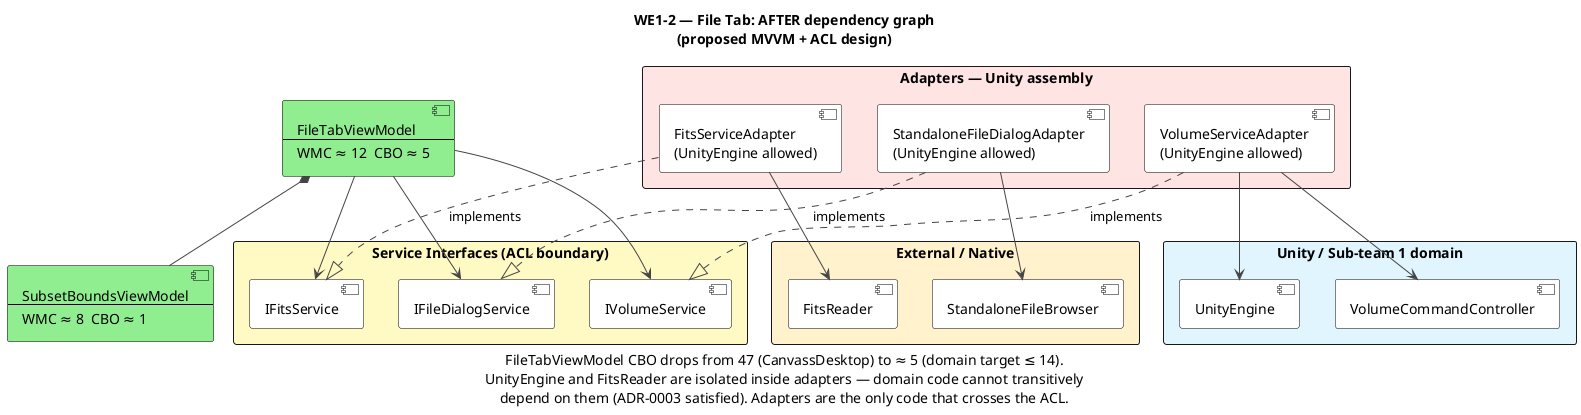
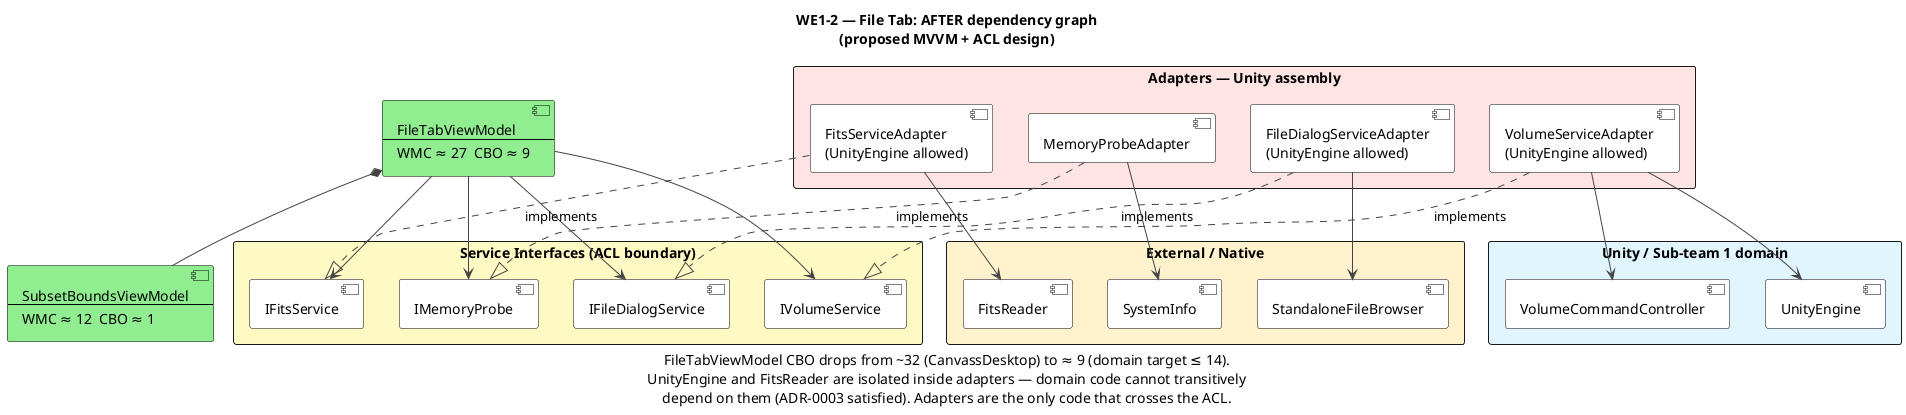
@startuml WE1-2-after-dependency-graph
title WE1-2 — File Tab: AFTER dependency graph\n(proposed MVVM + ACL design)

skinparam packageStyle rectangle
skinparam component {
    BackgroundColor White
    BorderColor Black
}
skinparam arrow {
    Color #444444
}

- component "FileTabViewModel\n----\nWMC ≈ 12  CBO ≈ 5" as FTVM #90EE90
- component "SubsetBoundsViewModel\n----\nWMC ≈ 8  CBO ≈ 1" as SBVM #90EE90
+ component "FileTabViewModel\n----\nWMC ≈ 27  CBO ≈ 9" as FTVM #90EE90
+ component "SubsetBoundsViewModel\n----\nWMC ≈ 12  CBO ≈ 1" as SBVM #90EE90

package "Service Interfaces (ACL boundary)" #FFF9C4 {
    component IFitsService
    component IFileDialogService
    component IVolumeService
+     component IMemoryProbe
}

package "Adapters — Unity assembly" #FFE4E4 {
    component "FitsServiceAdapter\n(UnityEngine allowed)" as FSA
-     component "StandaloneFileDialogAdapter\n(UnityEngine allowed)" as SFDA
+     component "FileDialogServiceAdapter\n(UnityEngine allowed)" as SFDA
    component "VolumeServiceAdapter\n(UnityEngine allowed)" as VSA
+     component "MemoryProbeAdapter" as MPA
}

package "External / Native" #FFF2CC {
    component StandaloneFileBrowser
    component FitsReader
+     component SystemInfo
}

package "Unity / Sub-team 1 domain" #E1F5FE {
    component UnityEngine
    component VolumeCommandController
}

' ── ViewModel → interfaces only (no platform types on this side of the ACL) ──
FTVM --> IFitsService
FTVM --> IFileDialogService
FTVM --> IVolumeService
+ FTVM --> IMemoryProbe
FTVM *-- SBVM

' ── Adapters implement the interfaces ────────────────────────────────────────
FSA  ..|> IFitsService        : implements
SFDA ..|> IFileDialogService  : implements
VSA  ..|> IVolumeService      : implements
+ MPA  ..|> IMemoryProbe        : implements

' ── Only adapters cross the ACL into platform code ───────────────────────────
FSA  --> FitsReader
SFDA --> StandaloneFileBrowser
VSA  --> VolumeCommandController
VSA  --> UnityEngine
+ MPA  --> SystemInfo

- caption FileTabViewModel CBO drops from 47 (CanvassDesktop) to ≈ 5 (domain target ≤ 14).\nUnityEngine and FitsReader are isolated inside adapters — domain code cannot transitively\ndepend on them (ADR-0003 satisfied). Adapters are the only code that crosses the ACL.
+ caption FileTabViewModel CBO drops from ~32 (CanvassDesktop) to ≈ 9 (domain target ≤ 14).\nUnityEngine and FitsReader are isolated inside adapters — domain code cannot transitively\ndepend on them (ADR-0003 satisfied). Adapters are the only code that crosses the ACL.

@enduml
